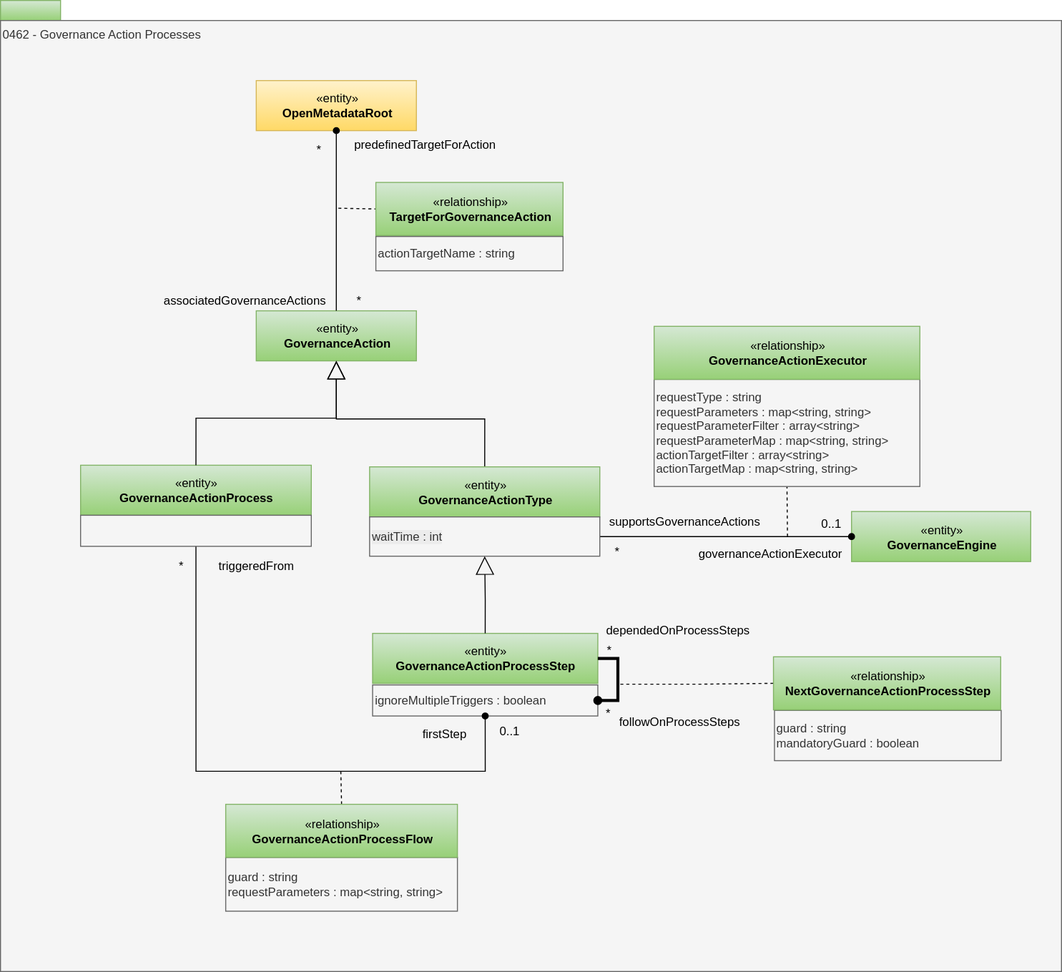
The draw.io diagram site/docs/types/4/0462-Governance-Action-Processes.svg in odpi/egeria-docs, before a commit. Source tidied: cells renumbered, new cells last; positions are measured from the earlier drawing's top-left corner, leaving out a move shared by most shapes.
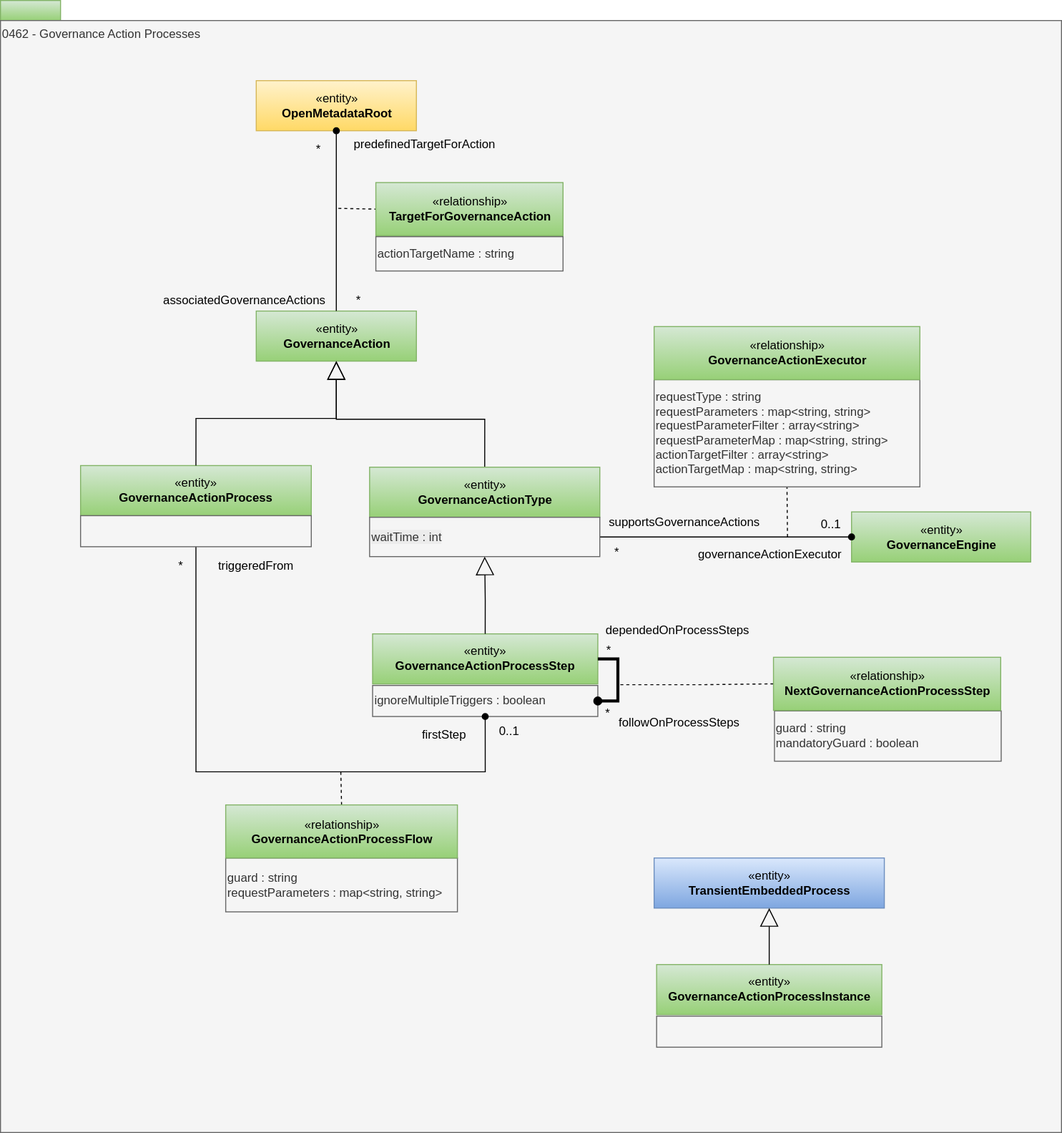
The same diagram one commit later.

Change to the diagram source:
```diff
@@ -6,7 +6,7 @@
       <mxGeometry width="60" height="20" as="geometry" />
     </mxCell>
     <mxCell id="3" value="0462 - Governance Action Processes" style="rounded=0;html=1;align=left;verticalAlign=top;fillColor=#f5f5f5;fontColor=#333333;strokeColor=#666666;" parent="1" vertex="1">
-      <mxGeometry y="20" width="1060" height="950" as="geometry" />
+      <mxGeometry y="20" width="1060" height="1110" as="geometry" />
     </mxCell>
     <mxCell id="4" value="ignoreMultipleTriggers : boolean" style="rounded=0;whiteSpace=wrap;html=1;strokeColor=#666666;align=left;fillColor=#f5f5f5;fontColor=#333333;" parent="1" vertex="1">
       <mxGeometry x="371.8" y="683.8" width="225" height="31" as="geometry" />
@@ -162,5 +162,17 @@
         </Array>
       </mxGeometry>
     </mxCell>
+    <mxCell id="48" style="rounded=0;whiteSpace=wrap;html=1;strokeColor=#666666;align=left;fillColor=#f5f5f5;fontColor=#333333;" parent="1" vertex="1">
+      <mxGeometry x="655.5" y="1013.9" width="225" height="31" as="geometry" />
+    </mxCell>
+    <mxCell id="49" value="«entity»&lt;br&gt;&lt;span style=&quot;color: rgba(0 , 0 , 0 , 0) ; font-family: monospace ; font-size: 0px&quot;&gt;%3CmxGraphModel%3E%3Croot%3E%3CmxCell%20id%3D%220%22%2F%3E%3CmxCell%20id%3D%221%22%20parent%3D%220%22%2F%3E%3CmxCell%20id%3D%222%22%20style%3D%22edgeStyle%3DorthogonalEdgeStyle%3Brounded%3D0%3Bhtml%3D1%3BexitX%3D1%3BexitY%3D0.5%3BexitDx%3D0%3BexitDy%3D0%3BentryX%3D0%3BentryY%3D0.5%3BentryDx%3D0%3BentryDy%3D0%3BjettySize%3Dauto%3BorthogonalLoop%3D1%3BendArrow%3Dnone%3BendFill%3D0%3B%22%20edge%3D%221%22%20source%3D%223%22%20parent%3D%221%22%3E%3CmxGeometry%20relative%3D%221%22%20as%3D%22geometry%22%3E%3CmxPoint%20x%3D%22684%22%20y%3D%22384.5%22%20as%3D%22targetPoint%22%2F%3E%3C%2FmxGeometry%3E%3C%2FmxCell%3E%3CmxCell%20id%3D%223%22%20value%3D%22%C2%ABentity%C2%BB%26lt%3Bbr%26gt%3B%26lt%3Bb%26gt%3BRequestForAction%26lt%3B%2Fb%26gt%3B%22%20style%3D%22html%3D1%3BstrokeColor%3D%23d79b00%3Balign%3Dcenter%3BfillColor%3D%23ffcd28%3BgradientColor%3D%23ffa500%3B%22%20vertex%3D%221%22%20parent%3D%221%22%3E%3CmxGeometry%20x%3D%2291%22%20y%3D%22379%22%20width%3D%22249%22%20height%3D%2250%22%20as%3D%22geometry%22%2F%3E%3C%2FmxCell%3E%3CmxCell%20id%3D%224%22%20value%3D%22%26lt%3Bspan%26gt%3BdiscoveryActivity%20%3A%20string%26lt%3Bbr%26gt%3B%26lt%3B%2Fspan%26gt%3B%26lt%3Bspan%26gt%3BactionRequested%20%3A%20string%26lt%3B%2Fspan%26gt%3B%26lt%3Bbr%26gt%3B%26lt%3Bspan%26gt%3BactionProperties%20%3A%20map%26amp%3Blt%3Bstring%2C%20string%26amp%3Bgt%3B%26lt%3Bbr%26gt%3B%26lt%3B%2Fspan%26gt%3B%22%20style%3D%22rounded%3D0%3BwhiteSpace%3Dwrap%3Bhtml%3D1%3BstrokeColor%3D%23000000%3BgradientColor%3D%23ffffff%3Balign%3Dleft%3B%22%20vertex%3D%221%22%20parent%3D%221%22%3E%3CmxGeometry%20x%3D%2292%22%20y%3D%22429%22%20width%3D%22247%22%20height%3D%2259%22%20as%3D%22geometry%22%2F%3E%3C%2FmxCell%3E%3CmxCell%20id%3D%225%22%20value%3D%22%22%20style%3D%22edgeStyle%3DorthogonalEdgeStyle%3Brounded%3D0%3Bhtml%3D1%3BendArrow%3Dnone%3BendFill%3D0%3BjettySize%3Dauto%3BorthogonalLoop%3D1%3BexitX%3D0%3BexitY%3D0.5%3B%22%20edge%3D%221%22%20source%3D%227%22%20target%3D%223%22%20parent%3D%221%22%3E%3CmxGeometry%20relative%3D%221%22%20as%3D%22geometry%22%2F%3E%3C%2FmxCell%3E%3CmxCell%20id%3D%226%22%20value%3D%22%C2%ABentity%C2%BB%26lt%3Bbr%26gt%3B%26lt%3Bb%26gt%3BDataFieldAnnotation%26lt%3B%2Fb%26gt%3B%22%20style%3D%22html%3D1%3BstrokeColor%3D%23d79b00%3Balign%3Dcenter%3BfillColor%3D%23ffcd28%3BgradientColor%3D%23ffa500%3B%22%20vertex%3D%221%22%20parent%3D%221%22%3E%3CmxGeometry%20x%3D%22136.5%22%20y%3D%22257.5%22%20width%3D%22160%22%20height%3D%2250%22%20as%3D%22geometry%22%2F%3E%3C%2FmxCell%3E%3CmxCell%20id%3D%227%22%20value%3D%22%22%20style%3D%22triangle%3BwhiteSpace%3Dwrap%3Bhtml%3D1%3BstrokeColor%3D%23000000%3BgradientColor%3D%23ffffff%3Balign%3Dcenter%3Brotation%3D-90%3B%22%20vertex%3D%221%22%20parent%3D%221%22%3E%3CmxGeometry%20x%3D%22207.5%22%20y%3D%22305.5%22%20width%3D%2217%22%20height%3D%2221%22%20as%3D%22geometry%22%2F%3E%3C%2FmxCell%3E%3CmxCell%20id%3D%228%22%20value%3D%22%22%20style%3D%22endArrow%3Dnone%3Bdashed%3D1%3Bhtml%3D1%3BentryX%3D1%3BentryY%3D0.5%3BentryDx%3D0%3BentryDy%3D0%3B%22%20edge%3D%221%22%20parent%3D%221%22%3E%3CmxGeometry%20width%3D%2250%22%20height%3D%2250%22%20relative%3D%221%22%20as%3D%22geometry%22%3E%3CmxPoint%20x%3D%22638%22%20y%3D%22234%22%20as%3D%22sourcePoint%22%2F%3E%3CmxPoint%20x%3D%22567.5%22%20y%3D%22234%22%20as%3D%22targetPoint%22%2F%3E%3C%2FmxGeometry%3E%3C%2FmxCell%3E%3CmxCell%20id%3D%229%22%20value%3D%22*%22%20style%3D%22text%3Bhtml%3D1%3BstrokeColor%3Dnone%3BfillColor%3Dnone%3Balign%3Dcenter%3BverticalAlign%3Dmiddle%3BwhiteSpace%3Dwrap%3Brounded%3D0%3B%22%20vertex%3D%221%22%20parent%3D%221%22%3E%3CmxGeometry%20x%3D%22636.5%22%20y%3D%22325.5%22%20width%3D%2240%22%20height%3D%2220%22%20as%3D%22geometry%22%2F%3E%3C%2FmxCell%3E%3CmxCell%20id%3D%2210%22%20value%3D%22identifiedActions%22%20style%3D%22text%3Bhtml%3D1%3BstrokeColor%3Dnone%3BfillColor%3Dnone%3Balign%3Dcenter%3BverticalAlign%3Dmiddle%3BwhiteSpace%3Dwrap%3Brounded%3D0%3B%22%20vertex%3D%221%22%20parent%3D%221%22%3E%3CmxGeometry%20x%3D%22543%22%20y%3D%22325.5%22%20width%3D%22104%22%20height%3D%2220%22%20as%3D%22geometry%22%2F%3E%3C%2FmxCell%3E%3CmxCell%20id%3D%2211%22%20value%3D%22discoveryActivity%22%20style%3D%22text%3Bhtml%3D1%3BstrokeColor%3Dnone%3BfillColor%3Dnone%3Balign%3Dcenter%3BverticalAlign%3Dmiddle%3BwhiteSpace%3Dwrap%3Brounded%3D0%3B%22%20vertex%3D%221%22%20parent%3D%221%22%3E%3CmxGeometry%20x%3D%22341.5%22%20y%3D%22381.5%22%20width%3D%22106%22%20height%3D%2220%22%20as%3D%22geometry%22%2F%3E%3C%2FmxCell%3E%3CmxCell%20id%3D%2212%22%20value%3D%22requestForAction%22%20style%3D%22text%3Bhtml%3D1%3BstrokeColor%3Dnone%3BfillColor%3Dnone%3Balign%3Dcenter%3BverticalAlign%3Dmiddle%3BwhiteSpace%3Dwrap%3Brounded%3D0%3B%22%20vertex%3D%221%22%20parent%3D%221%22%3E%3CmxGeometry%20x%3D%22571%22%20y%3D%22384%22%20width%3D%22113%22%20height%3D%2220%22%20as%3D%22geometry%22%2F%3E%3C%2FmxCell%3E%3CmxCell%20id%3D%2213%22%20value%3D%22%C2%ABrelationship%C2%BB%26lt%3Bbr%26gt%3B%26lt%3Bb%26gt%3BDiscoveryActivity%26lt%3B%2Fb%26gt%3B%22%20style%3D%22html%3D1%3BstrokeColor%3D%23d79b00%3Balign%3Dcenter%3BfillColor%3D%23ffcd28%3BgradientColor%3D%23ffa500%3B%22%20vertex%3D%221%22%20parent%3D%221%22%3E%3CmxGeometry%20x%3D%22393.5%22%20y%3D%22486%22%20width%3D%22206%22%20height%3D%2253%22%20as%3D%22geometry%22%2F%3E%3C%2FmxCell%3E%3CmxCell%20id%3D%2214%22%20value%3D%22%22%20style%3D%22endArrow%3Dnone%3Bdashed%3D1%3Bhtml%3D1%3B%22%20edge%3D%221%22%20target%3D%2213%22%20parent%3D%221%22%3E%3CmxGeometry%20width%3D%2250%22%20height%3D%2250%22%20relative%3D%221%22%20as%3D%22geometry%22%3E%3CmxPoint%20x%3D%22496%22%20y%3D%22407%22%20as%3D%22sourcePoint%22%2F%3E%3CmxPoint%20x%3D%22543.5%22%20y%3D%22515%22%20as%3D%22targetPoint%22%2F%3E%3C%2FmxGeometry%3E%3C%2FmxCell%3E%3CmxCell%20id%3D%2215%22%20value%3D%22description%20%3A%20string%22%20style%3D%22rounded%3D0%3BwhiteSpace%3Dwrap%3Bhtml%3D1%3BstrokeColor%3D%23000000%3BgradientColor%3D%23ffffff%3Balign%3Dleft%3B%22%20vertex%3D%221%22%20parent%3D%221%22%3E%3CmxGeometry%20x%3D%22393.5%22%20y%3D%22538.5%22%20width%3D%22206%22%20height%3D%2231%22%20as%3D%22geometry%22%2F%3E%3C%2FmxCell%3E%3CmxCell%20id%3D%2216%22%20value%3D%22*%22%20style%3D%22text%3Bhtml%3D1%3BstrokeColor%3Dnone%3BfillColor%3Dnone%3Balign%3Dcenter%3BverticalAlign%3Dmiddle%3BwhiteSpace%3Dwrap%3Brounded%3D0%3B%22%20vertex%3D%221%22%20parent%3D%221%22%3E%3CmxGeometry%20x%3D%22643.5%22%20y%3D%22361.5%22%20width%3D%2240%22%20height%3D%2220%22%20as%3D%22geometry%22%2F%3E%3C%2FmxCell%3E%3CmxCell%20id%3D%2217%22%20value%3D%22*%22%20style%3D%22text%3Bhtml%3D1%3BstrokeColor%3Dnone%3BfillColor%3Dnone%3Balign%3Dcenter%3BverticalAlign%3Dmiddle%3BwhiteSpace%3Dwrap%3Brounded%3D0%3B%22%20vertex%3D%221%22%20parent%3D%221%22%3E%3CmxGeometry%20x%3D%22341.5%22%20y%3D%22405%22%20width%3D%2240%22%20height%3D%2220%22%20as%3D%22geometry%22%2F%3E%3C%2FmxCell%3E%3C%2Froot%3E%3C%2FmxGraphModel%3E&lt;/span&gt;&lt;b&gt;GovernanceActionProcessInstance&lt;/b&gt;" style="html=1;strokeColor=#82b366;align=center;fillColor=#d5e8d4;gradientColor=#97d077;" parent="1" vertex="1">
+      <mxGeometry x="655.5" y="962.4" width="225" height="50" as="geometry" />
+    </mxCell>
+    <mxCell id="50" value="«entity»&lt;br&gt;&lt;span style=&quot;color: rgba(0 , 0 , 0 , 0) ; font-family: monospace ; font-size: 0px&quot;&gt;%3CmxGraphModel%3E%3Croot%3E%3CmxCell%20id%3D%220%22%2F%3E%3CmxCell%20id%3D%221%22%20parent%3D%220%22%2F%3E%3CmxCell%20id%3D%222%22%20style%3D%22edgeStyle%3DorthogonalEdgeStyle%3Brounded%3D0%3Bhtml%3D1%3BexitX%3D1%3BexitY%3D0.5%3BexitDx%3D0%3BexitDy%3D0%3BentryX%3D0%3BentryY%3D0.5%3BentryDx%3D0%3BentryDy%3D0%3BjettySize%3Dauto%3BorthogonalLoop%3D1%3BendArrow%3Dnone%3BendFill%3D0%3B%22%20edge%3D%221%22%20source%3D%223%22%20parent%3D%221%22%3E%3CmxGeometry%20relative%3D%221%22%20as%3D%22geometry%22%3E%3CmxPoint%20x%3D%22684%22%20y%3D%22384.5%22%20as%3D%22targetPoint%22%2F%3E%3C%2FmxGeometry%3E%3C%2FmxCell%3E%3CmxCell%20id%3D%223%22%20value%3D%22%C2%ABentity%C2%BB%26lt%3Bbr%26gt%3B%26lt%3Bb%26gt%3BRequestForAction%26lt%3B%2Fb%26gt%3B%22%20style%3D%22html%3D1%3BstrokeColor%3D%23d79b00%3Balign%3Dcenter%3BfillColor%3D%23ffcd28%3BgradientColor%3D%23ffa500%3B%22%20vertex%3D%221%22%20parent%3D%221%22%3E%3CmxGeometry%20x%3D%2291%22%20y%3D%22379%22%20width%3D%22249%22%20height%3D%2250%22%20as%3D%22geometry%22%2F%3E%3C%2FmxCell%3E%3CmxCell%20id%3D%224%22%20value%3D%22%26lt%3Bspan%26gt%3BdiscoveryActivity%20%3A%20string%26lt%3Bbr%26gt%3B%26lt%3B%2Fspan%26gt%3B%26lt%3Bspan%26gt%3BactionRequested%20%3A%20string%26lt%3B%2Fspan%26gt%3B%26lt%3Bbr%26gt%3B%26lt%3Bspan%26gt%3BactionProperties%20%3A%20map%26amp%3Blt%3Bstring%2C%20string%26amp%3Bgt%3B%26lt%3Bbr%26gt%3B%26lt%3B%2Fspan%26gt%3B%22%20style%3D%22rounded%3D0%3BwhiteSpace%3Dwrap%3Bhtml%3D1%3BstrokeColor%3D%23000000%3BgradientColor%3D%23ffffff%3Balign%3Dleft%3B%22%20vertex%3D%221%22%20parent%3D%221%22%3E%3CmxGeometry%20x%3D%2292%22%20y%3D%22429%22%20width%3D%22247%22%20height%3D%2259%22%20as%3D%22geometry%22%2F%3E%3C%2FmxCell%3E%3CmxCell%20id%3D%225%22%20value%3D%22%22%20style%3D%22edgeStyle%3DorthogonalEdgeStyle%3Brounded%3D0%3Bhtml%3D1%3BendArrow%3Dnone%3BendFill%3D0%3BjettySize%3Dauto%3BorthogonalLoop%3D1%3BexitX%3D0%3BexitY%3D0.5%3B%22%20edge%3D%221%22%20source%3D%227%22%20target%3D%223%22%20parent%3D%221%22%3E%3CmxGeometry%20relative%3D%221%22%20as%3D%22geometry%22%2F%3E%3C%2FmxCell%3E%3CmxCell%20id%3D%226%22%20value%3D%22%C2%ABentity%C2%BB%26lt%3Bbr%26gt%3B%26lt%3Bb%26gt%3BDataFieldAnnotation%26lt%3B%2Fb%26gt%3B%22%20style%3D%22html%3D1%3BstrokeColor%3D%23d79b00%3Balign%3Dcenter%3BfillColor%3D%23ffcd28%3BgradientColor%3D%23ffa500%3B%22%20vertex%3D%221%22%20parent%3D%221%22%3E%3CmxGeometry%20x%3D%22136.5%22%20y%3D%22257.5%22%20width%3D%22160%22%20height%3D%2250%22%20as%3D%22geometry%22%2F%3E%3C%2FmxCell%3E%3CmxCell%20id%3D%227%22%20value%3D%22%22%20style%3D%22triangle%3BwhiteSpace%3Dwrap%3Bhtml%3D1%3BstrokeColor%3D%23000000%3BgradientColor%3D%23ffffff%3Balign%3Dcenter%3Brotation%3D-90%3B%22%20vertex%3D%221%22%20parent%3D%221%22%3E%3CmxGeometry%20x%3D%22207.5%22%20y%3D%22305.5%22%20width%3D%2217%22%20height%3D%2221%22%20as%3D%22geometry%22%2F%3E%3C%2FmxCell%3E%3CmxCell%20id%3D%228%22%20value%3D%22%22%20style%3D%22endArrow%3Dnone%3Bdashed%3D1%3Bhtml%3D1%3BentryX%3D1%3BentryY%3D0.5%3BentryDx%3D0%3BentryDy%3D0%3B%22%20edge%3D%221%22%20parent%3D%221%22%3E%3CmxGeometry%20width%3D%2250%22%20height%3D%2250%22%20relative%3D%221%22%20as%3D%22geometry%22%3E%3CmxPoint%20x%3D%22638%22%20y%3D%22234%22%20as%3D%22sourcePoint%22%2F%3E%3CmxPoint%20x%3D%22567.5%22%20y%3D%22234%22%20as%3D%22targetPoint%22%2F%3E%3C%2FmxGeometry%3E%3C%2FmxCell%3E%3CmxCell%20id%3D%229%22%20value%3D%22*%22%20style%3D%22text%3Bhtml%3D1%3BstrokeColor%3Dnone%3BfillColor%3Dnone%3Balign%3Dcenter%3BverticalAlign%3Dmiddle%3BwhiteSpace%3Dwrap%3Brounded%3D0%3B%22%20vertex%3D%221%22%20parent%3D%221%22%3E%3CmxGeometry%20x%3D%22636.5%22%20y%3D%22325.5%22%20width%3D%2240%22%20height%3D%2220%22%20as%3D%22geometry%22%2F%3E%3C%2FmxCell%3E%3CmxCell%20id%3D%2210%22%20value%3D%22identifiedActions%22%20style%3D%22text%3Bhtml%3D1%3BstrokeColor%3Dnone%3BfillColor%3Dnone%3Balign%3Dcenter%3BverticalAlign%3Dmiddle%3BwhiteSpace%3Dwrap%3Brounded%3D0%3B%22%20vertex%3D%221%22%20parent%3D%221%22%3E%3CmxGeometry%20x%3D%22543%22%20y%3D%22325.5%22%20width%3D%22104%22%20height%3D%2220%22%20as%3D%22geometry%22%2F%3E%3C%2FmxCell%3E%3CmxCell%20id%3D%2211%22%20value%3D%22discoveryActivity%22%20style%3D%22text%3Bhtml%3D1%3BstrokeColor%3Dnone%3BfillColor%3Dnone%3Balign%3Dcenter%3BverticalAlign%3Dmiddle%3BwhiteSpace%3Dwrap%3Brounded%3D0%3B%22%20vertex%3D%221%22%20parent%3D%221%22%3E%3CmxGeometry%20x%3D%22341.5%22%20y%3D%22381.5%22%20width%3D%22106%22%20height%3D%2220%22%20as%3D%22geometry%22%2F%3E%3C%2FmxCell%3E%3CmxCell%20id%3D%2212%22%20value%3D%22requestForAction%22%20style%3D%22text%3Bhtml%3D1%3BstrokeColor%3Dnone%3BfillColor%3Dnone%3Balign%3Dcenter%3BverticalAlign%3Dmiddle%3BwhiteSpace%3Dwrap%3Brounded%3D0%3B%22%20vertex%3D%221%22%20parent%3D%221%22%3E%3CmxGeometry%20x%3D%22571%22%20y%3D%22384%22%20width%3D%22113%22%20height%3D%2220%22%20as%3D%22geometry%22%2F%3E%3C%2FmxCell%3E%3CmxCell%20id%3D%2213%22%20value%3D%22%C2%ABrelationship%C2%BB%26lt%3Bbr%26gt%3B%26lt%3Bb%26gt%3BDiscoveryActivity%26lt%3B%2Fb%26gt%3B%22%20style%3D%22html%3D1%3BstrokeColor%3D%23d79b00%3Balign%3Dcenter%3BfillColor%3D%23ffcd28%3BgradientColor%3D%23ffa500%3B%22%20vertex%3D%221%22%20parent%3D%221%22%3E%3CmxGeometry%20x%3D%22393.5%22%20y%3D%22486%22%20width%3D%22206%22%20height%3D%2253%22%20as%3D%22geometry%22%2F%3E%3C%2FmxCell%3E%3CmxCell%20id%3D%2214%22%20value%3D%22%22%20style%3D%22endArrow%3Dnone%3Bdashed%3D1%3Bhtml%3D1%3B%22%20edge%3D%221%22%20target%3D%2213%22%20parent%3D%221%22%3E%3CmxGeometry%20width%3D%2250%22%20height%3D%2250%22%20relative%3D%221%22%20as%3D%22geometry%22%3E%3CmxPoint%20x%3D%22496%22%20y%3D%22407%22%20as%3D%22sourcePoint%22%2F%3E%3CmxPoint%20x%3D%22543.5%22%20y%3D%22515%22%20as%3D%22targetPoint%22%2F%3E%3C%2FmxGeometry%3E%3C%2FmxCell%3E%3CmxCell%20id%3D%2215%22%20value%3D%22description%20%3A%20string%22%20style%3D%22rounded%3D0%3BwhiteSpace%3Dwrap%3Bhtml%3D1%3BstrokeColor%3D%23000000%3BgradientColor%3D%23ffffff%3Balign%3Dleft%3B%22%20vertex%3D%221%22%20parent%3D%221%22%3E%3CmxGeometry%20x%3D%22393.5%22%20y%3D%22538.5%22%20width%3D%22206%22%20height%3D%2231%22%20as%3D%22geometry%22%2F%3E%3C%2FmxCell%3E%3CmxCell%20id%3D%2216%22%20value%3D%22*%22%20style%3D%22text%3Bhtml%3D1%3BstrokeColor%3Dnone%3BfillColor%3Dnone%3Balign%3Dcenter%3BverticalAlign%3Dmiddle%3BwhiteSpace%3Dwrap%3Brounded%3D0%3B%22%20vertex%3D%221%22%20parent%3D%221%22%3E%3CmxGeometry%20x%3D%22643.5%22%20y%3D%22361.5%22%20width%3D%2240%22%20height%3D%2220%22%20as%3D%22geometry%22%2F%3E%3C%2FmxCell%3E%3CmxCell%20id%3D%2217%22%20value%3D%22*%22%20style%3D%22text%3Bhtml%3D1%3BstrokeColor%3Dnone%3BfillColor%3Dnone%3Balign%3Dcenter%3BverticalAlign%3Dmiddle%3BwhiteSpace%3Dwrap%3Brounded%3D0%3B%22%20vertex%3D%221%22%20parent%3D%221%22%3E%3CmxGeometry%20x%3D%22341.5%22%20y%3D%22405%22%20width%3D%2240%22%20height%3D%2220%22%20as%3D%22geometry%22%2F%3E%3C%2FmxCell%3E%3C%2Froot%3E%3C%2FmxGraphModel%3ETr&lt;/span&gt;&lt;b&gt;TransientEmbeddedProcess&lt;/b&gt;" style="html=1;strokeColor=#6c8ebf;align=center;fillColor=#dae8fc;gradientColor=#7ea6e0;" parent="1" vertex="1">
+      <mxGeometry x="653" y="856" width="230" height="50" as="geometry" />
+    </mxCell>
+    <mxCell id="51" style="edgeStyle=orthogonalEdgeStyle;rounded=0;jettySize=auto;html=1;entryX=0.5;entryY=1;entryDx=0;entryDy=0;endArrow=block;endFill=0;endSize=16;exitX=0.5;exitY=0;exitDx=0;exitDy=0;" parent="1" edge="1" source="49" target="50">
+      <mxGeometry relative="1" as="geometry" />
+    </mxCell>
   </root>
 </mxGraphModel>
```
